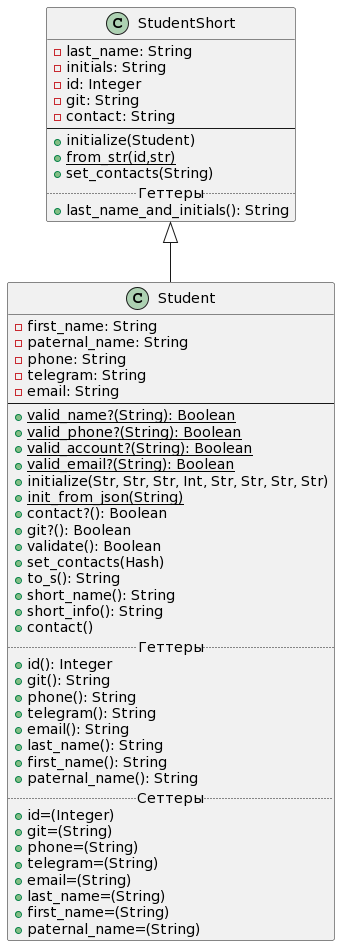
Earlier version of the PlantUML export Diagrams/class_diagram_lab2.png (waasabi13/ruby_labs).
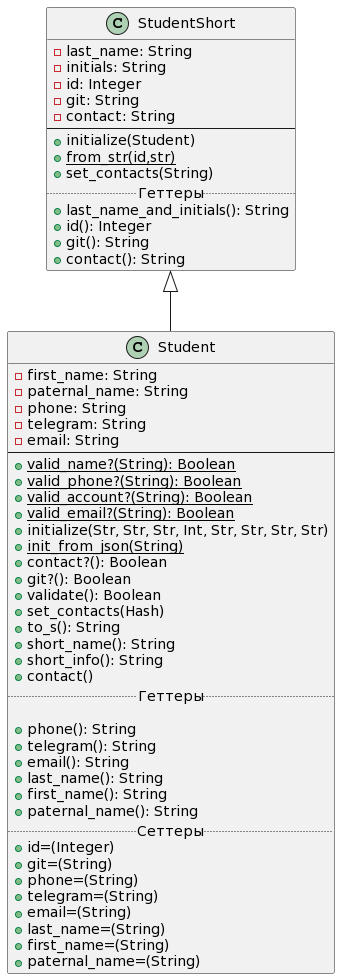
After the change.

What changed in the source:
```diff
@@ -22,8 +22,7 @@
      +short_info(): String
      +contact()
      .. Геттеры ..
-     +id(): Integer
-     +git(): String
+
      +phone(): String
      +telegram(): String
      +email(): String
@@ -42,18 +41,21 @@
  }
 
 
- class StudentShort
+class StudentShort
 {
--last_name: String
--initials: String
--id: Integer
--git: String
--contact: String
+    -last_name: String
+    -initials: String
+    -id: Integer
+    -git: String
+    -contact: String
 --
-+initialize(Student)
-+{static}from_str(id,str)
-+set_contacts(String)
+    +initialize(Student)
+    +{static}from_str(id,str)
+    +set_contacts(String)
 .. Геттеры ..
-+last_name_and_initials(): String
+    +last_name_and_initials(): String
+    +id(): Integer
+    +git(): String
+    +contact(): String
 }
 @enduml
```
